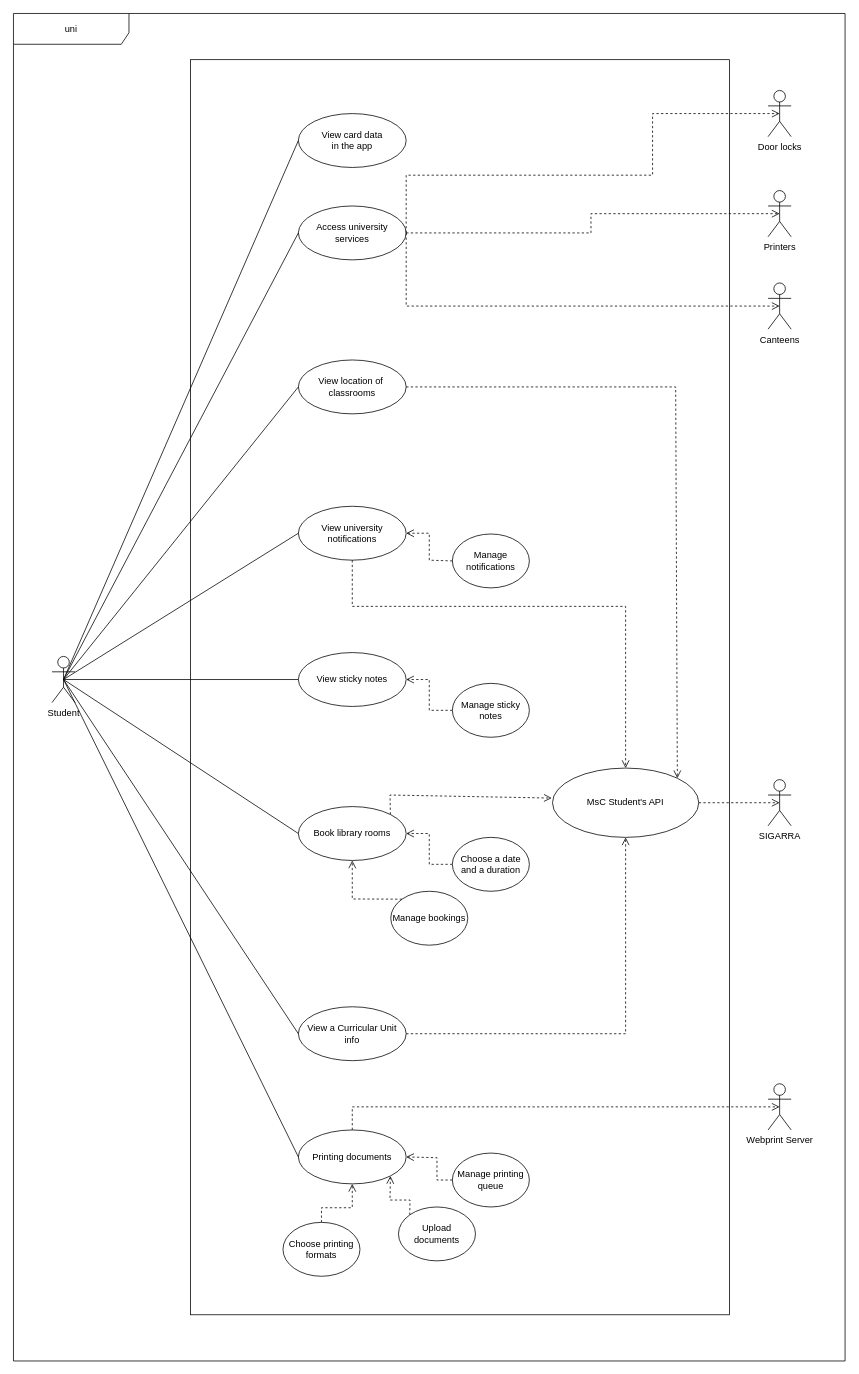
LEIC-ES-2021-22/2LEIC09T3 keeps this draw.io diagram as use-case.drawio. Above is the earlier version. Source tidied: cells renumbered, new cells numbered last; positions are measured from the earlier drawing's top-left corner, leaving out a move shared by most shapes. Both pictures are drawn from the tidied source at 77%, with x=0, y=0 at pixel (13, 13).
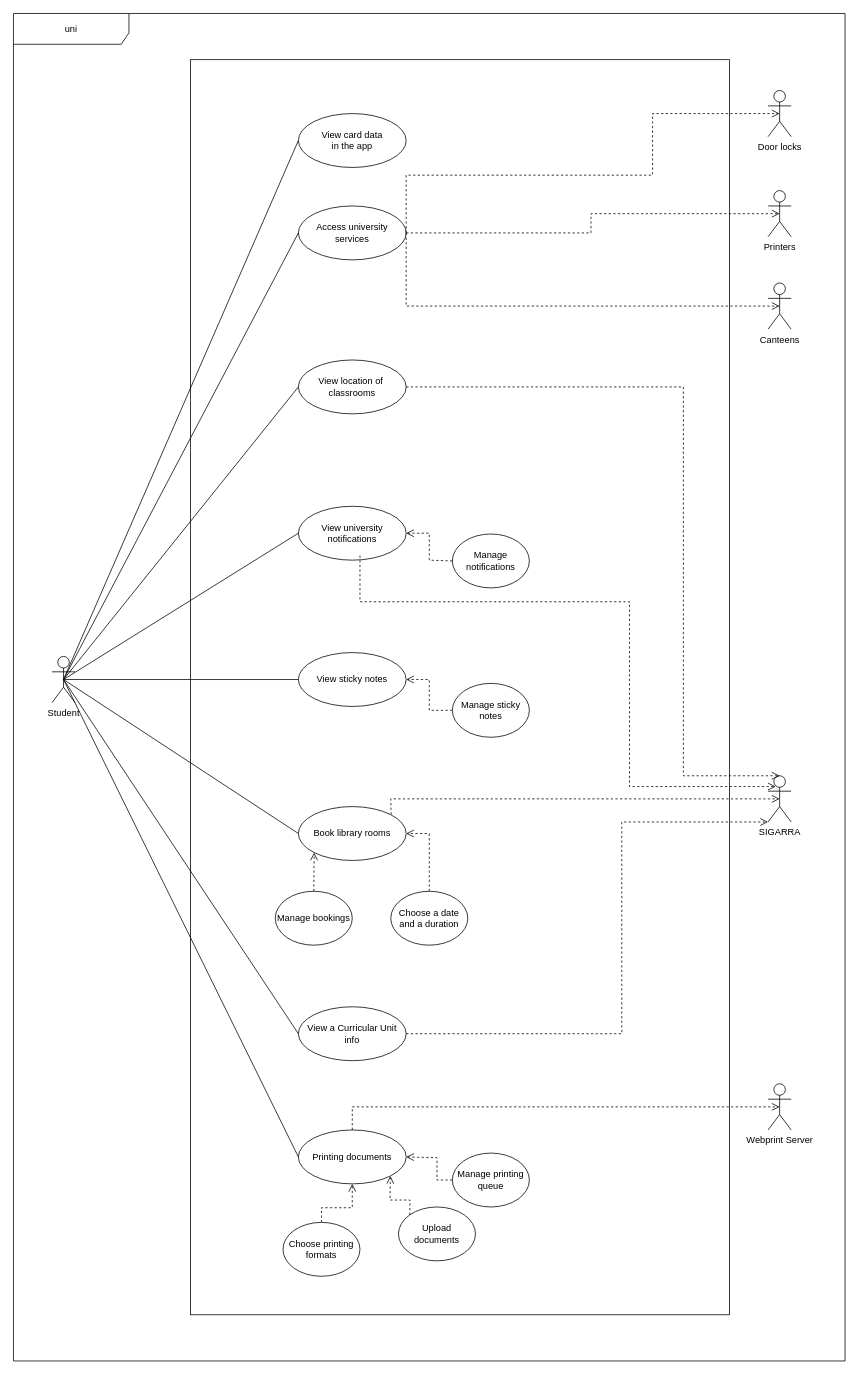
The same diagram, later.

Commit message:
fix: removes MsC API from the use case diagram

Unchanged cells that the change refers to:
```xml
<mxCell id="9" value="View location of&amp;nbsp;&lt;br&gt;classrooms" style="ellipse;whiteSpace=wrap;html=1;" parent="1" vertex="1">
  <mxGeometry x="370" y="450" width="140" height="70" as="geometry" />
</mxCell>
<mxCell id="10" value="View university notifications" style="ellipse;whiteSpace=wrap;html=1;" parent="1" vertex="1">
  <mxGeometry x="370" y="640" width="140" height="70" as="geometry" />
</mxCell>
<mxCell id="12" value="Book library rooms" style="ellipse;whiteSpace=wrap;html=1;" parent="1" vertex="1">
  <mxGeometry x="370" y="1030" width="140" height="70" as="geometry" />
</mxCell>
<mxCell id="32" value="View a Curricular Unit&lt;br&gt;info" style="ellipse;whiteSpace=wrap;html=1;" parent="1" vertex="1">
  <mxGeometry x="370" y="1290" width="140" height="70" as="geometry" />
</mxCell>
```

What changed in the source:
```diff
@@
-    <mxCell id="25" style="html=1;verticalAlign=bottom;endArrow=open;dashed=1;endSize=8;rounded=0;exitX=0;exitY=0;exitDx=0;exitDy=0;entryX=0.5;entryY=1;entryDx=0;entryDy=0;" parent="1" edge="1" source="35" target="12">
-      <mxGeometry relative="1" as="geometry">
-        <Array as="points">
-          <mxPoint x="440" y="1150" />
-        </Array>
-      </mxGeometry>
+    <mxCell id="25" style="html=1;verticalAlign=bottom;endArrow=open;dashed=1;endSize=8;rounded=0;exitX=0.5;exitY=0;exitDx=0;exitDy=0;entryX=0;entryY=1;entryDx=0;entryDy=0;" parent="1" edge="1" source="35" target="12">
+      <mxGeometry relative="1" as="geometry" />
     </mxCell>
-    <mxCell id="26" style="html=1;verticalAlign=bottom;endArrow=open;dashed=1;endSize=8;rounded=0;exitX=0;exitY=0.5;exitDx=0;exitDy=0;entryX=1;entryY=0.5;entryDx=0;entryDy=0;" parent="1" edge="1" source="34" target="12">
+    <mxCell id="26" style="html=1;verticalAlign=bottom;endArrow=open;dashed=1;endSize=8;rounded=0;exitX=0.5;exitY=0;exitDx=0;exitDy=0;entryX=1;entryY=0.5;entryDx=0;entryDy=0;" parent="1" edge="1" source="34" target="12">
       <mxGeometry relative="1" as="geometry">
         <Array as="points">
           <mxPoint x="540" y="1105" />
           <mxPoint x="540" y="1065" />
         </Array>
       </mxGeometry>
     </mxCell>
@@
     <mxCell id="34" value="Choose a date and a duration" style="ellipse;whiteSpace=wrap;html=1;" parent="1" vertex="1">
-      <mxGeometry x="570" y="1070" width="100" height="70" as="geometry" />
+      <mxGeometry x="490" y="1140" width="100" height="70" as="geometry" />
     </mxCell>
     <mxCell id="35" value="Manage bookings" style="ellipse;whiteSpace=wrap;html=1;" parent="1" vertex="1">
-      <mxGeometry x="490" y="1140" width="100" height="70" as="geometry" />
+      <mxGeometry x="340" y="1140" width="100" height="70" as="geometry" />
     </mxCell>
@@
-    <mxCell id="41" value="MsC Student's API" style="ellipse;whiteSpace=wrap;html=1;" parent="1" vertex="1">
-      <mxGeometry x="700" y="980" width="190" height="90" as="geometry" />
-    </mxCell>
-    <mxCell id="42" style="html=1;verticalAlign=bottom;endArrow=open;dashed=1;endSize=8;rounded=0;exitX=1;exitY=0;exitDx=0;exitDy=0;entryX=-0.005;entryY=0.433;entryDx=0;entryDy=0;entryPerimeter=0;" parent="1" edge="1" source="12" target="41">
+    <mxCell id="42" style="html=1;verticalAlign=bottom;endArrow=open;dashed=1;endSize=8;rounded=0;exitX=1;exitY=0;exitDx=0;exitDy=0;entryX=0.5;entryY=0.5;entryDx=0;entryDy=0;entryPerimeter=0;" parent="1" edge="1" target="43">
       <mxGeometry relative="1" as="geometry">
+        <mxPoint x="490.5" y="1040.3" as="sourcePoint" />
         <Array as="points">
-          <mxPoint x="489" y="1015" />
+          <mxPoint x="490" y="1020" />
         </Array>
       </mxGeometry>
     </mxCell>
     <mxCell id="43" value="SIGARRA" style="shape=umlActor;verticalLabelPosition=bottom;verticalAlign=top;html=1;outlineConnect=0;fillColor=rgb(255, 255, 255);strokeColor=rgb(0, 0, 0);fontColor=rgb(0, 0, 0);" parent="1" vertex="1">
-      <mxGeometry x="980" y="995" width="30" height="60" as="geometry" />
+      <mxGeometry x="980" y="990" width="30" height="60" as="geometry" />
     </mxCell>
@@
-    <mxCell id="45" style="html=1;verticalAlign=bottom;endArrow=open;dashed=1;endSize=8;rounded=0;exitX=0.5;exitY=1;exitDx=0;exitDy=0;entryX=0.5;entryY=0;entryDx=0;entryDy=0;" parent="1" edge="1" source="10" target="41">
+    <mxCell id="45" style="html=1;verticalAlign=bottom;endArrow=open;dashed=1;endSize=8;rounded=0;exitX=0.5;exitY=1;exitDx=0;exitDy=0;entryX=0;entryY=0.3333333333333333;entryDx=0;entryDy=0;entryPerimeter=0;" parent="1" edge="1">
       <mxGeometry relative="1" as="geometry">
+        <mxPoint x="450" y="704" as="sourcePoint" />
+        <mxPoint x="990" y="1004" as="targetPoint" />
         <Array as="points">
-          <mxPoint x="440" y="770" />
-          <mxPoint x="795" y="770" />
+          <mxPoint x="450" y="764" />
+          <mxPoint x="800" y="764" />
+          <mxPoint x="800" y="1004" />
         </Array>
       </mxGeometry>
     </mxCell>
-    <mxCell id="46" style="html=1;verticalAlign=bottom;endArrow=open;dashed=1;endSize=8;rounded=0;exitX=1;exitY=0.5;exitDx=0;exitDy=0;entryX=0.5;entryY=1;entryDx=0;entryDy=0;" parent="1" edge="1" source="32" target="41">
+    <mxCell id="46" style="html=1;verticalAlign=bottom;endArrow=open;dashed=1;endSize=8;rounded=0;exitX=1;exitY=0.5;exitDx=0;exitDy=0;entryX=0;entryY=1;entryDx=0;entryDy=0;entryPerimeter=0;" parent="1" edge="1" source="32" target="43">
       <mxGeometry relative="1" as="geometry">
         <Array as="points">
-          <mxPoint x="795" y="1325" />
+          <mxPoint x="790" y="1325" />
+          <mxPoint x="790" y="1050" />
         </Array>
       </mxGeometry>
     </mxCell>
@@
-    <mxCell id="48" style="html=1;verticalAlign=bottom;endArrow=open;dashed=1;endSize=8;rounded=0;exitX=1;exitY=0.5;exitDx=0;exitDy=0;entryX=0.5;entryY=0.5;entryDx=0;entryDy=0;entryPerimeter=0;" parent="1" edge="1" source="41" target="43">
-      <mxGeometry relative="1" as="geometry" />
-    </mxCell>
-    <mxCell id="49" style="html=1;verticalAlign=bottom;endArrow=open;dashed=1;endSize=8;rounded=0;exitX=1;exitY=0.5;exitDx=0;exitDy=0;entryX=1;entryY=0;entryDx=0;entryDy=0;" parent="1" edge="1" source="9" target="41">
+    <mxCell id="49" style="html=1;verticalAlign=bottom;endArrow=open;dashed=1;endSize=8;rounded=0;exitX=1;exitY=0.5;exitDx=0;exitDy=0;entryX=0.5;entryY=0;entryDx=0;entryDy=0;entryPerimeter=0;" parent="1" edge="1" source="9" target="43">
       <mxGeometry relative="1" as="geometry">
         <Array as="points">
-          <mxPoint x="860" y="485" />
+          <mxPoint x="870" y="485" />
+          <mxPoint x="870" y="990" />
         </Array>
       </mxGeometry>
     </mxCell>
```
